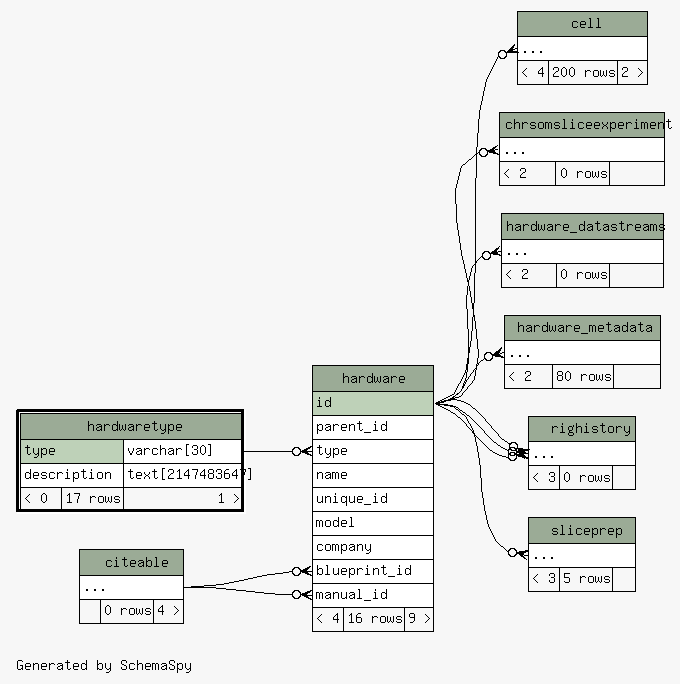
Before: database/ss/diagrams/hardwaretype.2degrees.png, a diagram exported from Graphviz (tgbugs/mlab). Its source is kept beside it as database/ss/diagrams/hardwaretype.2degrees.dot.
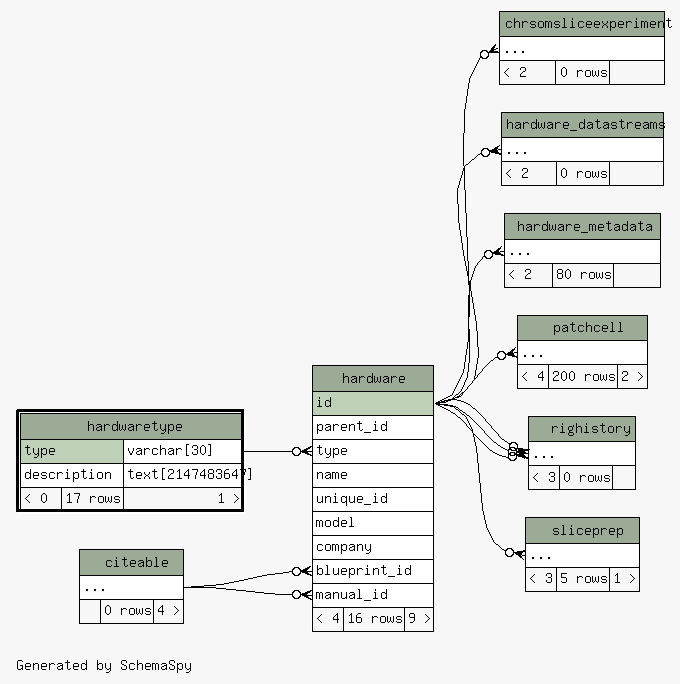
Later version of the same file.

Change to the diagram source:
```diff
@@ -17,27 +17,17 @@
   edge [
     arrowsize="0.8"
   ];
-  "cell":"elipses":w -> "hardware":"id":e [arrowhead=none dir=back arrowtail=crowodot];
   "chrsomsliceexperiment":"elipses":w -> "hardware":"id":e [arrowhead=none dir=back arrowtail=crowodot];
   "hardware":"blueprint_id":w -> "citeable":"elipses":e [arrowhead=none dir=back arrowtail=crowodot];
   "hardware":"manual_id":w -> "citeable":"elipses":e [arrowhead=none dir=back arrowtail=crowodot];
   "hardware":"type":w -> "hardwaretype":"type.type":e [arrowhead=none dir=back arrowtail=crowodot];
   "hardware_datastreams":"elipses":w -> "hardware":"id":e [arrowhead=none dir=back arrowtail=crowodot];
   "hardware_metadata":"elipses":w -> "hardware":"id":e [arrowhead=none dir=back arrowtail=crowodot];
+  "patchcell":"elipses":w -> "hardware":"id":e [arrowhead=none dir=back arrowtail=crowodot];
   "righistory":"elipses":w -> "hardware":"id":e [arrowhead=none dir=back arrowtail=crowodot];
   "righistory":"elipses":w -> "hardware":"id":e [arrowhead=none dir=back arrowtail=crowodot];
   "righistory":"elipses":w -> "hardware":"id":e [arrowhead=none dir=back arrowtail=crowodot];
   "sliceprep":"elipses":w -> "hardware":"id":e [arrowhead=none dir=back arrowtail=crowodot];
-  "cell" [
-    label=<
-    <TABLE BORDER="0" CELLBORDER="1" CELLSPACING="0" BGCOLOR="#ffffff">
-      <TR><TD COLSPAN="3" BGCOLOR="#9bab96" ALIGN="CENTER">cell</TD></TR>
-      <TR><TD PORT="elipses" COLSPAN="3" ALIGN="LEFT">...</TD></TR>
-      <TR><TD ALIGN="LEFT" BGCOLOR="#f7f7f7">&lt; 4</TD><TD ALIGN="RIGHT" BGCOLOR="#f7f7f7">200 rows</TD><TD ALIGN="RIGHT" BGCOLOR="#f7f7f7">2 &gt;</TD></TR>
-    </TABLE>>
-    URL="cell.html"
-    tooltip="cell"
-  ];
   "chrsomsliceexperiment" [
     label=<
     <TABLE BORDER="0" CELLBORDER="1" CELLSPACING="0" BGCOLOR="#ffffff">
@@ -107,6 +97,16 @@
     URL="hardwaretype.html"
     tooltip="hardwaretype"
   ];
+  "patchcell" [
+    label=<
+    <TABLE BORDER="0" CELLBORDER="1" CELLSPACING="0" BGCOLOR="#ffffff">
+      <TR><TD COLSPAN="3" BGCOLOR="#9bab96" ALIGN="CENTER">patchcell</TD></TR>
+      <TR><TD PORT="elipses" COLSPAN="3" ALIGN="LEFT">...</TD></TR>
+      <TR><TD ALIGN="LEFT" BGCOLOR="#f7f7f7">&lt; 4</TD><TD ALIGN="RIGHT" BGCOLOR="#f7f7f7">200 rows</TD><TD ALIGN="RIGHT" BGCOLOR="#f7f7f7">2 &gt;</TD></TR>
+    </TABLE>>
+    URL="patchcell.html"
+    tooltip="patchcell"
+  ];
   "righistory" [
     label=<
     <TABLE BORDER="0" CELLBORDER="1" CELLSPACING="0" BGCOLOR="#ffffff">
@@ -122,7 +122,7 @@
     <TABLE BORDER="0" CELLBORDER="1" CELLSPACING="0" BGCOLOR="#ffffff">
       <TR><TD COLSPAN="3" BGCOLOR="#9bab96" ALIGN="CENTER">sliceprep</TD></TR>
       <TR><TD PORT="elipses" COLSPAN="3" ALIGN="LEFT">...</TD></TR>
-      <TR><TD ALIGN="LEFT" BGCOLOR="#f7f7f7">&lt; 3</TD><TD ALIGN="RIGHT" BGCOLOR="#f7f7f7">5 rows</TD><TD ALIGN="RIGHT" BGCOLOR="#f7f7f7">  </TD></TR>
+      <TR><TD ALIGN="LEFT" BGCOLOR="#f7f7f7">&lt; 3</TD><TD ALIGN="RIGHT" BGCOLOR="#f7f7f7">5 rows</TD><TD ALIGN="RIGHT" BGCOLOR="#f7f7f7">1 &gt;</TD></TR>
     </TABLE>>
     URL="sliceprep.html"
     tooltip="sliceprep"
```
